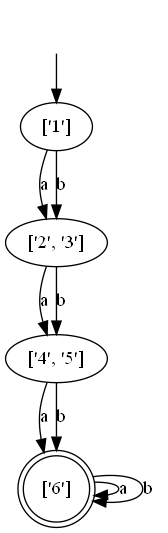
DiegoHMM/Minimizacao_AFD keeps this Graphviz diagram as files/minimized.png. Above is the earlier version. Its source is kept beside it as files/minimized.dot. The source it was exported from:
```dot
digraph {
start [style=invis]
start -> "['1']"
"['1']" -> "['2', '3']" [label=a]
"['1']" -> "['2', '3']" [label=b]
"['6']" [shape=doublecircle]
"['6']" -> "['6']" [label=a]
"['6']" -> "['6']" [label=b]
"['4', '5']" -> "['6']" [label=a]
"['4', '5']" -> "['6']" [label=b]
"['2', '3']" -> "['4', '5']" [label=a]
"['2', '3']" -> "['4', '5']" [label=b]
}
```
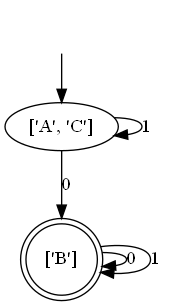
The same diagram one commit later.

Change to the diagram source:
```diff
@@ -1,13 +1,9 @@
 digraph {
 start [style=invis]
-start -> "['1']"
-"['1']" -> "['2', '3']" [label=a]
-"['1']" -> "['2', '3']" [label=b]
-"['6']" [shape=doublecircle]
-"['6']" -> "['6']" [label=a]
-"['6']" -> "['6']" [label=b]
-"['4', '5']" -> "['6']" [label=a]
-"['4', '5']" -> "['6']" [label=b]
-"['2', '3']" -> "['4', '5']" [label=a]
-"['2', '3']" -> "['4', '5']" [label=b]
+start -> "['A', 'C']"
+"['A', 'C']" -> "['B']" [label=0]
+"['A', 'C']" -> "['A', 'C']" [label=1]
+"['B']" [shape=doublecircle]
+"['B']" -> "['B']" [label=0]
+"['B']" -> "['B']" [label=1]
 }
```
